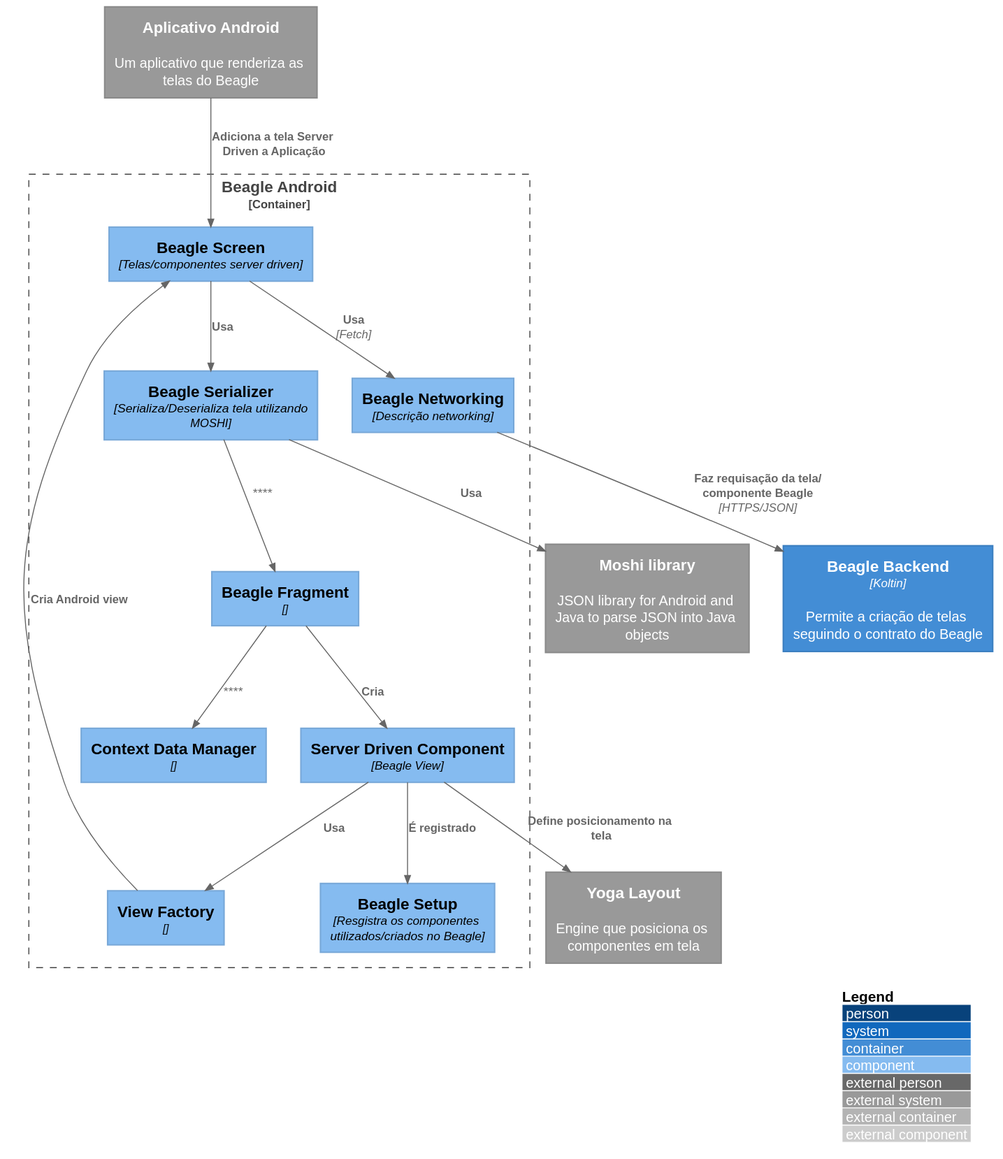
Before: docs/C3 -  Component/Beagle Android/c3.svg, a diagram exported from PlantUML (ZupIT/beagle-c4model).
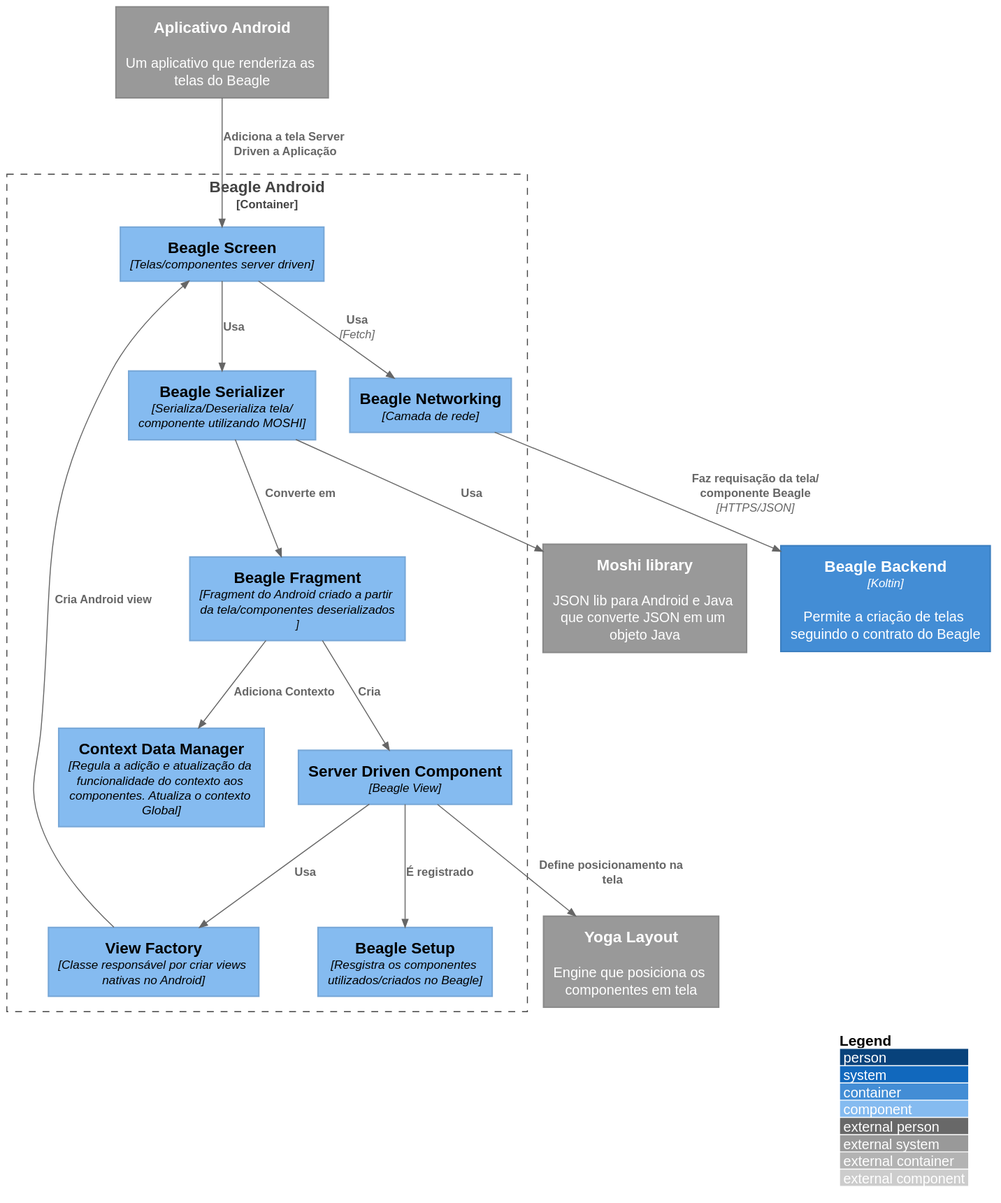
After the change.

Commit message:
updates android diagram

Change to the diagram source:
```diff
@@ -3,25 +3,25 @@
 LAYOUT_WITH_LEGEND()
 
 System_Ext(frontend_app, "Aplicativo Android", "Um aplicativo que renderiza as telas do Beagle")
-System_Ext(moshi_lib, "Moshi library", "JSON library for Android and Java to parse JSON into Java objects")
+System_Ext(moshi_lib, "Moshi library", "JSON lib para Android e Java que converte JSON em um objeto Java")
 System_Ext(yoga_layout, "Yoga Layout", "Engine que posiciona os componentes em tela")
 
 Container(beagle_backend, "Beagle Backend", "Koltin", "Permite a criação de telas seguindo o contrato do Beagle")
 
 Container_Boundary(beagle_android, "Beagle Android"){
-  Component(beagle_networking, "Beagle Networking", "Descrição networking")
+  Component(beagle_networking, "Beagle Networking", "Camada de rede")
   Component(beagle_setup, "Beagle Setup", "Resgistra os componentes utilizados/criados no Beagle")
   Component(beagle_screen, "Beagle Screen", "Telas/componentes server driven")
-  Component(beagle_serializer, "Beagle Serializer", "Serializa/Deserializa tela utilizando MOSHI")
+  Component(beagle_serializer, "Beagle Serializer", "Serializa/Deserializa tela/componente utilizando MOSHI")
   Component(server_driven_component, "Server Driven Component", "Beagle View")
-  Component(view_factory, "View Factory", "")
-  Component(beagle_fragment, "Beagle Fragment", "")
-  Component(context_data_manager, "Context Data Manager", "")
+  Component(view_factory, "View Factory", "Classe responsável por criar views nativas no Android")
+  Component(beagle_fragment, "Beagle Fragment", "Fragment do Android criado a partir da tela/componentes deserializados")
+  Component(context_data_manager, "Context Data Manager", "Regula a adição e atualização da funcionalidade do contexto aos componentes. Atualiza o contexto Global")
 
 }
 
-Rel(beagle_fragment, context_data_manager, "")
-Rel(beagle_serializer, beagle_fragment, "")
+Rel(beagle_fragment, context_data_manager, "Adiciona Contexto")
+Rel(beagle_serializer, beagle_fragment, "Converte em")
 Rel(frontend_app, beagle_screen, "Adiciona a tela Server Driven a Aplicação")
 Rel(beagle_screen, beagle_networking, "Usa", "Fetch")
 Rel(beagle_networking, beagle_backend, "Faz requisação da tela/componente Beagle","HTTPS/JSON")
```
